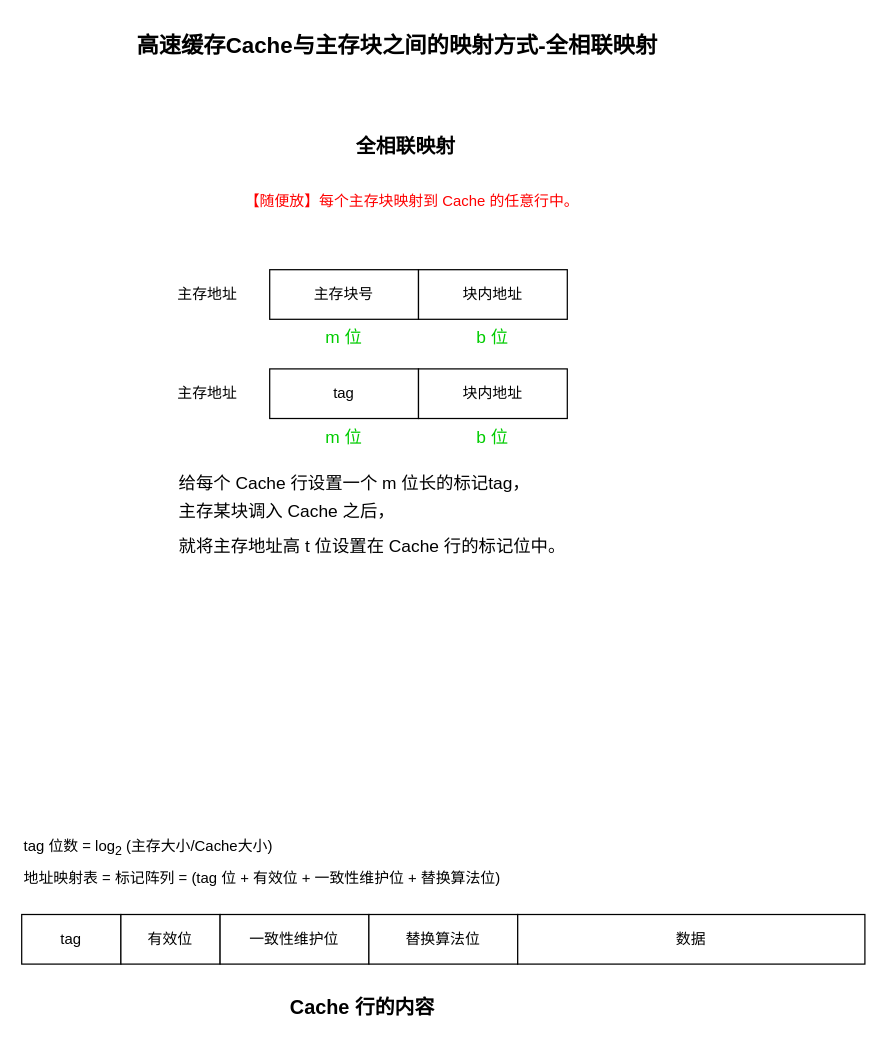
Earlier version of the draw.io diagram files/computer_science/高速缓存Cache与主存块之间的映射方式-全相联映射.drawio (weizhiqimail/draw.io.repo). Source tidied: cells renumbered, new cells numbered last; positions are measured from the earlier drawing's top-left corner, leaving out a move shared by most shapes. Both pictures are drawn from the tidied source at 124%, with x=0, y=0 at pixel (21, 21).
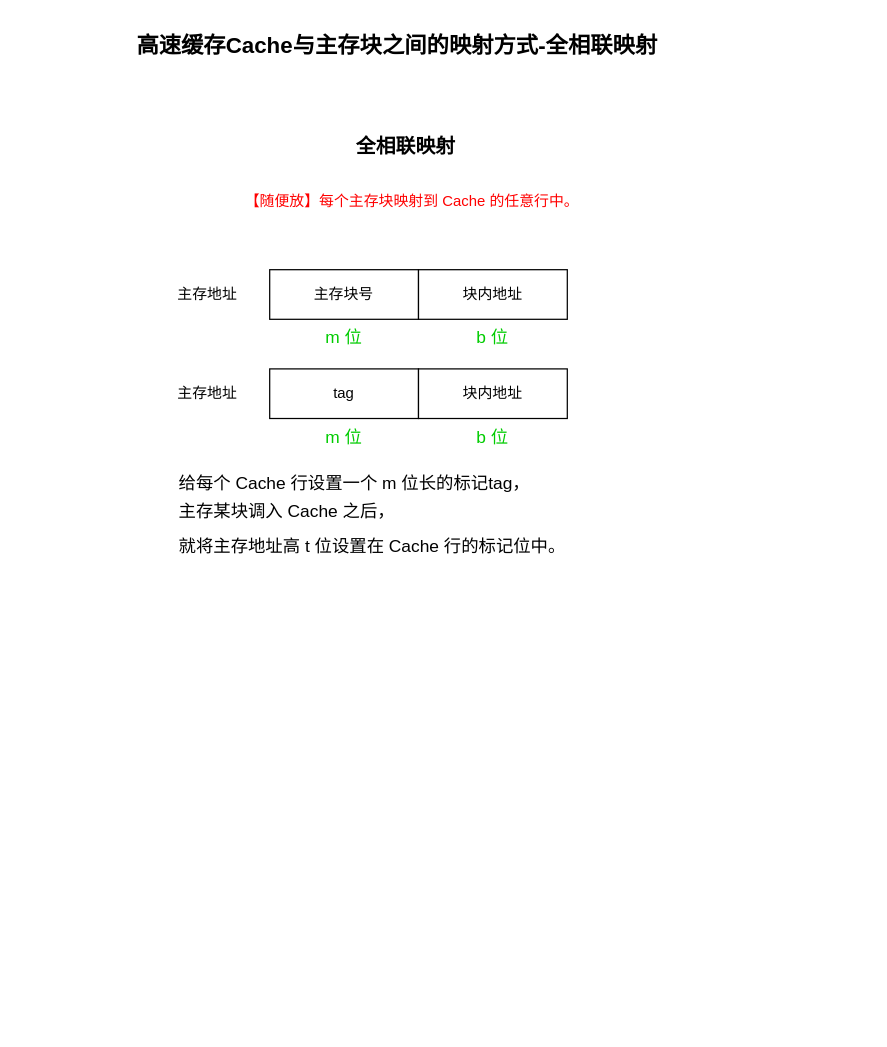
Above is the later version.

Commit message:
Update 高速缓存Cache与主存块之间的映射方式-全相联映射.drawio

The edit, as a diff of the source:
```diff
@@
-    <mxCell id="5" value="&lt;font style=&quot;color: rgb(0, 0, 0);&quot;&gt;tag 位数 = log&lt;sub style=&quot;line-height: 200%;&quot;&gt;2&lt;/sub&gt; (主存大小/Cache大小)&lt;/font&gt;&lt;div style=&quot;line-height: 200%;&quot;&gt;&lt;font style=&quot;color: rgb(0, 0, 0);&quot;&gt;地址映射表 = 标记阵列 = (tag 位 + 有效位 + 一致性维护位 + 替换算法位)&lt;/font&gt;&lt;/div&gt;" style="text;html=1;align=left;verticalAlign=middle;whiteSpace=wrap;rounded=0;" parent="1" vertex="1">
-      <mxGeometry y="640" width="480" height="80" as="geometry" />
-    </mxCell>
-    <mxCell id="6" value="&lt;b&gt;&lt;font style=&quot;font-size: 16px;&quot;&gt;Cache 行的内容&lt;/font&gt;&lt;/b&gt;" style="text;html=1;align=center;verticalAlign=middle;whiteSpace=wrap;rounded=0;" parent="1" vertex="1">
-      <mxGeometry x="200" y="780" width="150" height="30" as="geometry" />
-    </mxCell>
-    <mxCell id="7" style="group;" parent="1" vertex="1">
-      <mxGeometry y="720" width="680" height="40" as="geometry" />
-    </mxCell>
-    <mxCell id="8" value="tag" style="rounded=0;whiteSpace=wrap;html=1;" parent="7" vertex="1">
-      <mxGeometry width="80" height="40" as="geometry" />
-    </mxCell>
-    <mxCell id="9" value="有效位" style="rounded=0;whiteSpace=wrap;html=1;" parent="7" vertex="1">
-      <mxGeometry x="80" width="80" height="40" as="geometry" />
-    </mxCell>
-    <mxCell id="10" value="一致性维护位" style="rounded=0;whiteSpace=wrap;html=1;" parent="7" vertex="1">
-      <mxGeometry x="160" width="120" height="40" as="geometry" />
-    </mxCell>
-    <mxCell id="11" value="替换算法位" style="rounded=0;whiteSpace=wrap;html=1;" parent="7" vertex="1">
-      <mxGeometry x="280" width="120" height="40" as="geometry" />
-    </mxCell>
-    <mxCell id="12" value="数据" style="rounded=0;whiteSpace=wrap;html=1;" parent="7" vertex="1">
-      <mxGeometry x="400" width="280" height="40" as="geometry" />
-    </mxCell>
```
